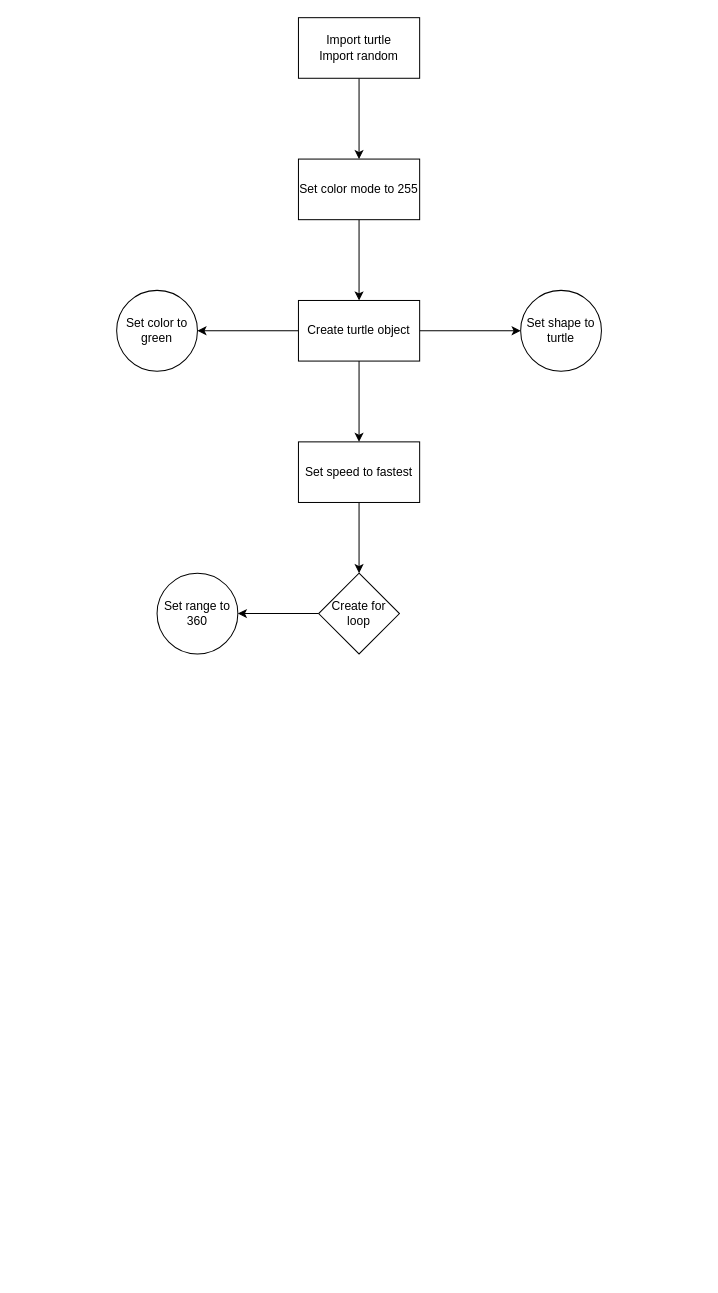
Earlier version of the draw.io diagram turtle_spirograph.drawio (Matasem-h/new_flowcharts). Source tidied: cells renumbered, new cells numbered last; positions are measured from the earlier drawing's top-left corner, leaving out a move shared by most shapes. Both pictures are drawn from the tidied source at 101%, with x=0, y=0 at pixel (116, 17).
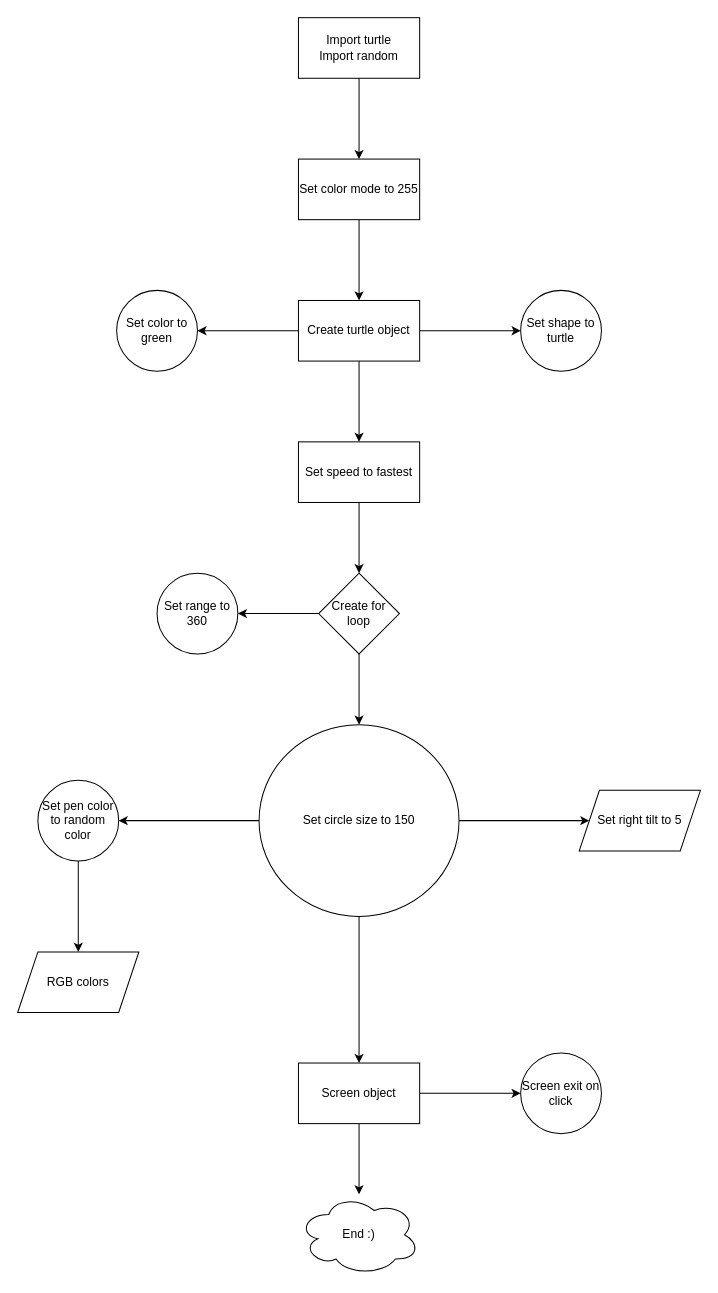
The same diagram, later.

The change refers to these unchanged cells:
```xml
<mxCell id="15" value="Create for loop" style="rhombus;whiteSpace=wrap;html=1;rounded=0;" parent="1" vertex="1">
  <mxGeometry x="200" y="550" width="80" height="80" as="geometry" />
</mxCell>
```

The edit, as a diff of the source:
```diff
@@
+    <mxCell id="17" style="edgeStyle=orthogonalEdgeStyle;rounded=0;jettySize=auto;html=1;" parent="1" edge="1" source="15" target="21">
+      <mxGeometry relative="1" as="geometry" />
+    </mxCell>
@@
+    <mxCell id="18" style="edgeStyle=orthogonalEdgeStyle;rounded=0;jettySize=auto;html=1;" parent="1" edge="1" source="21" target="22">
+      <mxGeometry relative="1" as="geometry" />
+    </mxCell>
+    <mxCell id="19" style="edgeStyle=orthogonalEdgeStyle;rounded=0;jettySize=auto;html=1;" parent="1" edge="1" source="21" target="24">
+      <mxGeometry relative="1" as="geometry" />
+    </mxCell>
+    <mxCell id="20" style="edgeStyle=orthogonalEdgeStyle;rounded=0;jettySize=auto;html=1;" parent="1" edge="1" source="21" target="28">
+      <mxGeometry relative="1" as="geometry" />
+    </mxCell>
+    <mxCell id="21" value="Set circle size to 150" style="ellipse;whiteSpace=wrap;html=1;rounded=0;" parent="1" vertex="1">
+      <mxGeometry x="141" y="700" width="198" height="190" as="geometry" />
+    </mxCell>
+    <mxCell id="22" value="Set right tilt to 5" style="shape=parallelogram;perimeter=parallelogramPerimeter;whiteSpace=wrap;html=1;fixedSize=1;rounded=0;" parent="1" vertex="1">
+      <mxGeometry x="458" y="765" width="120" height="60" as="geometry" />
+    </mxCell>
+    <mxCell id="23" style="edgeStyle=orthogonalEdgeStyle;rounded=0;jettySize=auto;html=1;" parent="1" edge="1" source="24" target="25">
+      <mxGeometry relative="1" as="geometry" />
+    </mxCell>
+    <mxCell id="24" value="Set pen color to random color" style="ellipse;whiteSpace=wrap;html=1;rounded=0;" parent="1" vertex="1">
+      <mxGeometry x="-78" y="755" width="80" height="80" as="geometry" />
+    </mxCell>
+    <mxCell id="25" value="RGB colors" style="shape=parallelogram;perimeter=parallelogramPerimeter;whiteSpace=wrap;html=1;fixedSize=1;rounded=0;" parent="1" vertex="1">
+      <mxGeometry x="-98" y="925" width="120" height="60" as="geometry" />
+    </mxCell>
+    <mxCell id="26" style="edgeStyle=orthogonalEdgeStyle;rounded=0;jettySize=auto;html=1;" parent="1" edge="1" source="28" target="29">
+      <mxGeometry relative="1" as="geometry" />
+    </mxCell>
+    <mxCell id="27" style="edgeStyle=orthogonalEdgeStyle;rounded=0;jettySize=auto;html=1;" parent="1" edge="1" source="28" target="30">
+      <mxGeometry relative="1" as="geometry" />
+    </mxCell>
+    <mxCell id="28" value="Screen object" style="whiteSpace=wrap;html=1;rounded=0;" parent="1" vertex="1">
+      <mxGeometry x="180" y="1035" width="120" height="60" as="geometry" />
+    </mxCell>
+    <mxCell id="29" value="Screen exit on click" style="ellipse;whiteSpace=wrap;html=1;rounded=0;" parent="1" vertex="1">
+      <mxGeometry x="400" y="1025" width="80" height="80" as="geometry" />
+    </mxCell>
+    <mxCell id="30" value="End :)" style="ellipse;shape=cloud;whiteSpace=wrap;html=1;rounded=0;" parent="1" vertex="1">
+      <mxGeometry x="180" y="1165" width="120" height="80" as="geometry" />
+    </mxCell>
```
